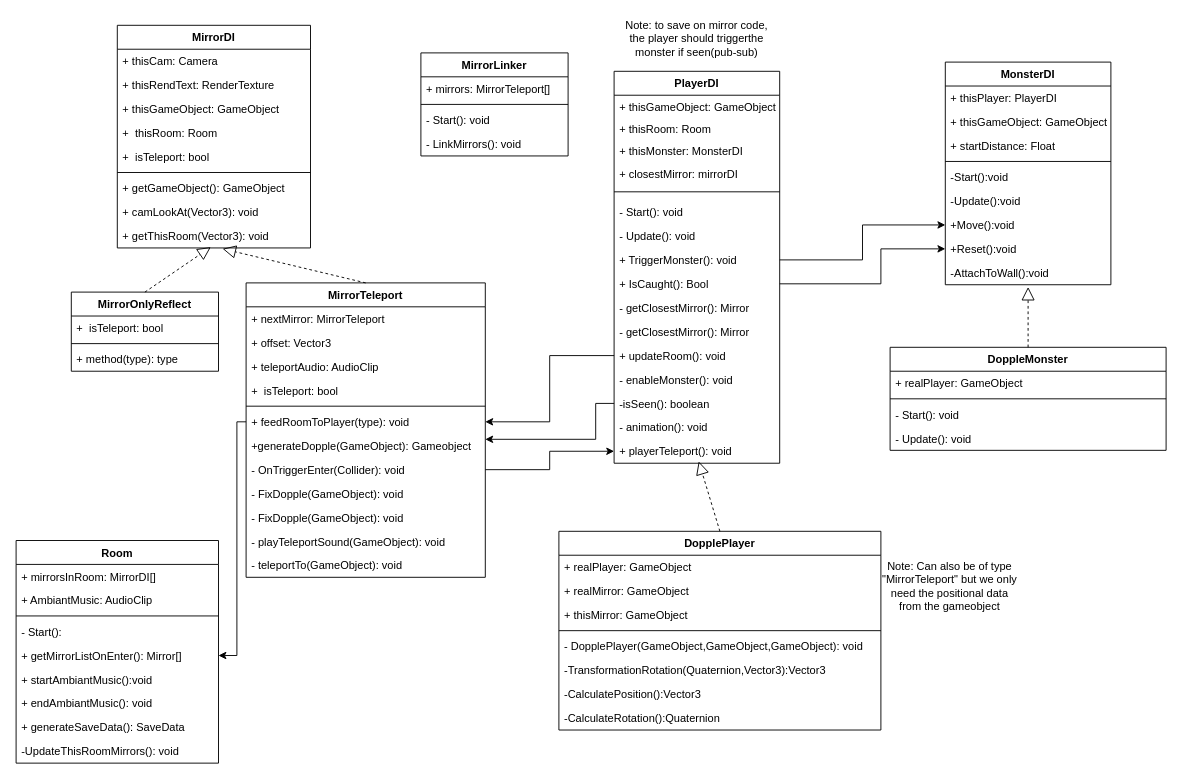
Above: mirrorClasses.drawio in birdboiboi/No_Longer_Human (draw.io), before the change. Source tidied: cells renumbered, new cells numbered last; positions are measured from the earlier drawing's top-left corner, leaving out a move shared by most shapes. Both pictures are drawn from the tidied source at 92%, with x=0, y=0 at pixel (16, 16).
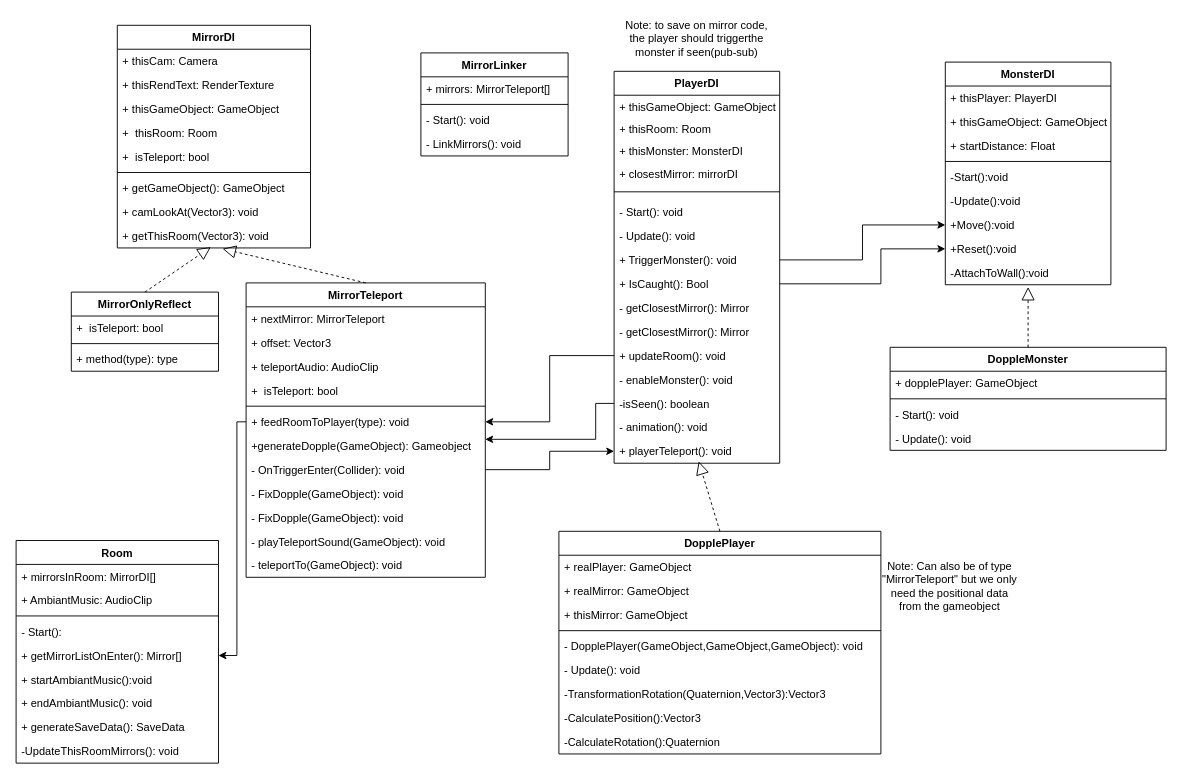
Above is the later version.

Commit message:
changed Dopple monster's realPlayer to dopplePlayer, and added update doppleplayer

Unchanged cells that the change refers to:
```xml
<mxCell id="53" value="DoppleMonster" style="swimlane;fontStyle=1;align=center;verticalAlign=top;horizontal=1;startSize=26;" parent="1" vertex="1">
  <mxGeometry x="950" y="360" width="300" height="112" as="geometry" />
</mxCell>
```

Change to the diagram source:
```diff
@@
-    <mxCell id="54" value="+ realPlayer: GameObject&#10;" style="text;strokeColor=none;fillColor=none;align=left;verticalAlign=top;spacingLeft=4;spacingRight=4;overflow=hidden;" parent="53" vertex="1">
+    <mxCell id="54" value="+ dopplePlayer: GameObject&#10;" style="text;strokeColor=none;fillColor=none;align=left;verticalAlign=top;spacingLeft=4;spacingRight=4;overflow=hidden;" parent="53" vertex="1">
       <mxGeometry y="26" width="300" height="26" as="geometry" />
     </mxCell>
@@
     <mxCell id="75" value="DopplePlayer" style="swimlane;fontStyle=1;align=center;verticalAlign=top;horizontal=1;startSize=26;" parent="1" vertex="1">
-      <mxGeometry x="590" y="560" width="350" height="216" as="geometry" />
+      <mxGeometry x="590" y="560" width="350" height="242" as="geometry" />
     </mxCell>
@@
+    <mxCell id="97" value="- Update(): void" style="text;strokeColor=none;fillColor=none;align=left;verticalAlign=top;spacingLeft=4;spacingRight=4;overflow=hidden;" parent="75" vertex="1">
+      <mxGeometry y="138" width="350" height="26" as="geometry" />
+    </mxCell>
     <mxCell id="81" value="-TransformationRotation(Quaternion,Vector3):Vector3" style="text;strokeColor=none;fillColor=none;align=left;verticalAlign=top;spacingLeft=4;spacingRight=4;overflow=hidden;" parent="75" vertex="1">
-      <mxGeometry y="138" width="350" height="26" as="geometry" />
+      <mxGeometry y="164" width="350" height="26" as="geometry" />
     </mxCell>
     <mxCell id="82" value="-CalculatePosition():Vector3" style="text;strokeColor=none;fillColor=none;align=left;verticalAlign=top;spacingLeft=4;spacingRight=4;overflow=hidden;" parent="75" vertex="1">
-      <mxGeometry y="164" width="350" height="26" as="geometry" />
+      <mxGeometry y="190" width="350" height="26" as="geometry" />
     </mxCell>
     <mxCell id="83" value="-CalculateRotation():Quaternion" style="text;strokeColor=none;fillColor=none;align=left;verticalAlign=top;spacingLeft=4;spacingRight=4;overflow=hidden;" parent="75" vertex="1">
-      <mxGeometry y="190" width="350" height="26" as="geometry" />
+      <mxGeometry y="216" width="350" height="26" as="geometry" />
     </mxCell>
```
